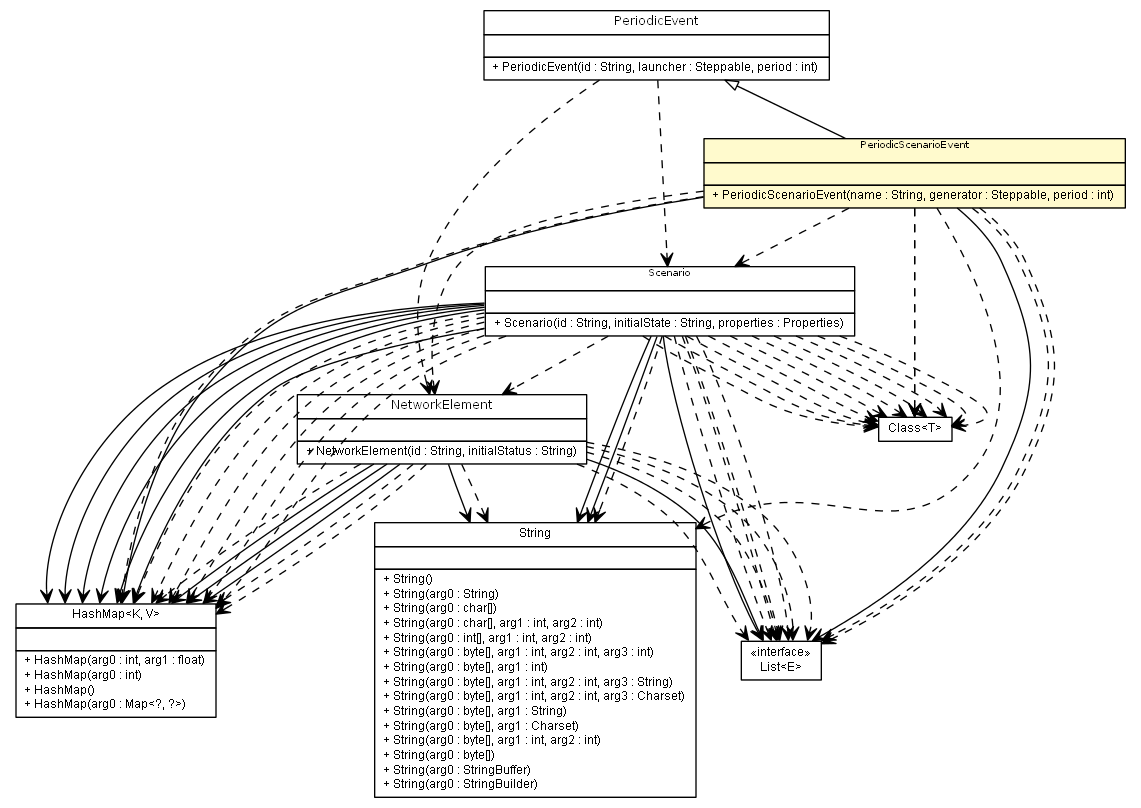
The Graphviz diagram apidocs/es/upm/dit/gsi/shanks/model/event/scenario/PeriodicScenarioEvent.png in gsi-upm/Shanks, before a commit. Its source is kept beside it as apidocs/es/upm/dit/gsi/shanks/model/event/scenario/PeriodicScenarioEvent.dot.
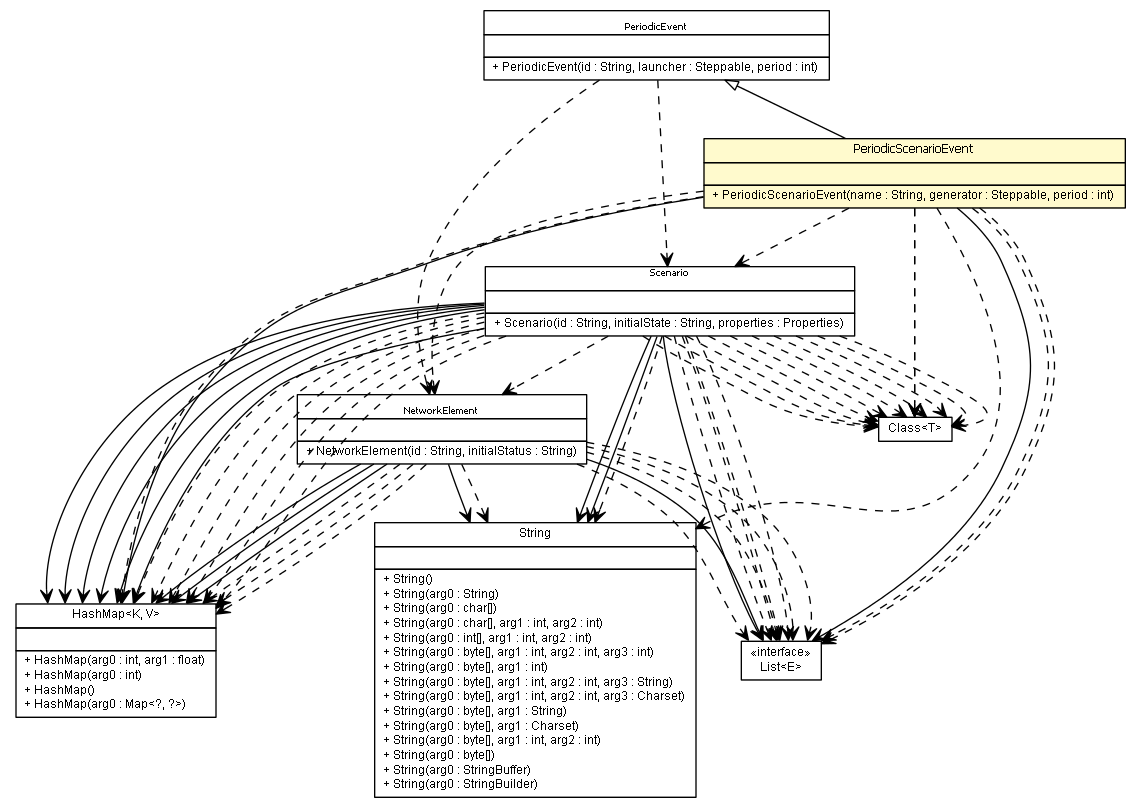
The same file after the commit.

What changed in the source:
```diff
@@ -66,45 +66,45 @@
 	c6286:p -> c6313:p [taillabel="", label="", headlabel="", fontname="arial", fontcolor="black", fontsize=10.0, color="black", arrowhead=open];
 	c6286:p -> c6313:p [taillabel="", label="", headlabel="", fontname="arial", fontcolor="black", fontsize=10.0, color="black", arrowhead=open];
 	c6269:p -> c6314:p [taillabel="", label="", headlabel="", fontname="arial", fontcolor="black", fontsize=10.0, color="black", arrowhead=open, style=dashed];
+	c6269:p -> c6314:p [taillabel="", label="", headlabel="", fontname="arial", fontcolor="black", fontsize=10.0, color="black", arrowhead=open, style=dashed];
+	c6269:p -> c6314:p [taillabel="", label="", headlabel="", fontname="arial", fontcolor="black", fontsize=10.0, color="black", arrowhead=open, style=dashed];
 	c6269:p -> c6313:p [taillabel="", label="", headlabel="", fontname="arial", fontcolor="black", fontsize=10.0, color="black", arrowhead=open, style=dashed];
-	c6269:p -> c6314:p [taillabel="", label="", headlabel="", fontname="arial", fontcolor="black", fontsize=10.0, color="black", arrowhead=open, style=dashed];
+	c6269:p -> c6313:p [taillabel="", label="", headlabel="", fontname="arial", fontcolor="black", fontsize=10.0, color="black", arrowhead=open, style=dashed];
 	c6269:p -> c6312:p [taillabel="", label="", headlabel="", fontname="arial", fontcolor="black", fontsize=10.0, color="black", arrowhead=open, style=dashed];
 	c6269:p -> c6313:p [taillabel="", label="", headlabel="", fontname="arial", fontcolor="black", fontsize=10.0, color="black", arrowhead=open, style=dashed];
-	c6269:p -> c6313:p [taillabel="", label="", headlabel="", fontname="arial", fontcolor="black", fontsize=10.0, color="black", arrowhead=open, style=dashed];
-	c6269:p -> c6314:p [taillabel="", label="", headlabel="", fontname="arial", fontcolor="black", fontsize=10.0, color="black", arrowhead=open, style=dashed];
 	c6269:p -> c6314:p [taillabel="", label="", headlabel="", fontname="arial", fontcolor="black", fontsize=10.0, color="black", arrowhead=open, style=dashed];
 	c6272:p -> c6269:p [taillabel="", label="", headlabel="", fontname="arial", fontcolor="black", fontsize=10.0, color="black", arrowhead=open, style=dashed];
 	c6272:p -> c6286:p [taillabel="", label="", headlabel="", fontname="arial", fontcolor="black", fontsize=10.0, color="black", arrowhead=open, style=dashed];
+	c6285:p -> c6312:p [taillabel="", label="", headlabel="", fontname="arial", fontcolor="black", fontsize=10.0, color="black", arrowhead=open, style=dashed];
+	c6285:p -> c6269:p [taillabel="", label="", headlabel="", fontname="arial", fontcolor="black", fontsize=10.0, color="black", arrowhead=open, style=dashed];
+	c6285:p -> c6313:p [taillabel="", label="", headlabel="", fontname="arial", fontcolor="black", fontsize=10.0, color="black", arrowhead=open, style=dashed];
 	c6285:p -> c6315:p [taillabel="", label="", headlabel="", fontname="arial", fontcolor="black", fontsize=10.0, color="black", arrowhead=open, style=dashed];
-	c6285:p -> c6269:p [taillabel="", label="", headlabel="", fontname="arial", fontcolor="black", fontsize=10.0, color="black", arrowhead=open, style=dashed];
 	c6285:p -> c6314:p [taillabel="", label="", headlabel="", fontname="arial", fontcolor="black", fontsize=10.0, color="black", arrowhead=open, style=dashed];
+	c6285:p -> c6314:p [taillabel="", label="", headlabel="", fontname="arial", fontcolor="black", fontsize=10.0, color="black", arrowhead=open, style=dashed];
+	c6285:p -> c6286:p [taillabel="", label="", headlabel="", fontname="arial", fontcolor="black", fontsize=10.0, color="black", arrowhead=open, style=dashed];
 	c6285:p -> c6315:p [taillabel="", label="", headlabel="", fontname="arial", fontcolor="black", fontsize=10.0, color="black", arrowhead=open, style=dashed];
-	c6285:p -> c6312:p [taillabel="", label="", headlabel="", fontname="arial", fontcolor="black", fontsize=10.0, color="black", arrowhead=open, style=dashed];
-	c6285:p -> c6286:p [taillabel="", label="", headlabel="", fontname="arial", fontcolor="black", fontsize=10.0, color="black", arrowhead=open, style=dashed];
-	c6285:p -> c6313:p [taillabel="", label="", headlabel="", fontname="arial", fontcolor="black", fontsize=10.0, color="black", arrowhead=open, style=dashed];
-	c6285:p -> c6314:p [taillabel="", label="", headlabel="", fontname="arial", fontcolor="black", fontsize=10.0, color="black", arrowhead=open, style=dashed];
+	c6286:p -> c6314:p [taillabel="", label="", headlabel="", fontname="arial", fontcolor="black", fontsize=10.0, color="black", arrowhead=open, style=dashed];
+	c6286:p -> c6313:p [taillabel="", label="", headlabel="", fontname="arial", fontcolor="black", fontsize=10.0, color="black", arrowhead=open, style=dashed];
+	c6286:p -> c6312:p [taillabel="", label="", headlabel="", fontname="arial", fontcolor="black", fontsize=10.0, color="black", arrowhead=open, style=dashed];
+	c6286:p -> c6313:p [taillabel="", label="", headlabel="", fontname="arial", fontcolor="black", fontsize=10.0, color="black", arrowhead=open, style=dashed];
 	c6286:p -> c6315:p [taillabel="", label="", headlabel="", fontname="arial", fontcolor="black", fontsize=10.0, color="black", arrowhead=open, style=dashed];
+	c6286:p -> c6313:p [taillabel="", label="", headlabel="", fontname="arial", fontcolor="black", fontsize=10.0, color="black", arrowhead=open, style=dashed];
 	c6286:p -> c6315:p [taillabel="", label="", headlabel="", fontname="arial", fontcolor="black", fontsize=10.0, color="black", arrowhead=open, style=dashed];
 	c6286:p -> c6314:p [taillabel="", label="", headlabel="", fontname="arial", fontcolor="black", fontsize=10.0, color="black", arrowhead=open, style=dashed];
 	c6286:p -> c6315:p [taillabel="", label="", headlabel="", fontname="arial", fontcolor="black", fontsize=10.0, color="black", arrowhead=open, style=dashed];
 	c6286:p -> c6315:p [taillabel="", label="", headlabel="", fontname="arial", fontcolor="black", fontsize=10.0, color="black", arrowhead=open, style=dashed];
 	c6286:p -> c6313:p [taillabel="", label="", headlabel="", fontname="arial", fontcolor="black", fontsize=10.0, color="black", arrowhead=open, style=dashed];
-	c6286:p -> c6269:p [taillabel="", label="", headlabel="", fontname="arial", fontcolor="black", fontsize=10.0, color="black", arrowhead=open, style=dashed];
-	c6286:p -> c6313:p [taillabel="", label="", headlabel="", fontname="arial", fontcolor="black", fontsize=10.0, color="black", arrowhead=open, style=dashed];
-	c6286:p -> c6312:p [taillabel="", label="", headlabel="", fontname="arial", fontcolor="black", fontsize=10.0, color="black", arrowhead=open, style=dashed];
 	c6286:p -> c6315:p [taillabel="", label="", headlabel="", fontname="arial", fontcolor="black", fontsize=10.0, color="black", arrowhead=open, style=dashed];
 	c6286:p -> c6315:p [taillabel="", label="", headlabel="", fontname="arial", fontcolor="black", fontsize=10.0, color="black", arrowhead=open, style=dashed];
 	c6286:p -> c6313:p [taillabel="", label="", headlabel="", fontname="arial", fontcolor="black", fontsize=10.0, color="black", arrowhead=open, style=dashed];
-	c6286:p -> c6313:p [taillabel="", label="", headlabel="", fontname="arial", fontcolor="black", fontsize=10.0, color="black", arrowhead=open, style=dashed];
+	c6286:p -> c6315:p [taillabel="", label="", headlabel="", fontname="arial", fontcolor="black", fontsize=10.0, color="black", arrowhead=open, style=dashed];
+	c6286:p -> c6315:p [taillabel="", label="", headlabel="", fontname="arial", fontcolor="black", fontsize=10.0, color="black", arrowhead=open, style=dashed];
+	c6286:p -> c6315:p [taillabel="", label="", headlabel="", fontname="arial", fontcolor="black", fontsize=10.0, color="black", arrowhead=open, style=dashed];
 	c6286:p -> c6314:p [taillabel="", label="", headlabel="", fontname="arial", fontcolor="black", fontsize=10.0, color="black", arrowhead=open, style=dashed];
-	c6286:p -> c6315:p [taillabel="", label="", headlabel="", fontname="arial", fontcolor="black", fontsize=10.0, color="black", arrowhead=open, style=dashed];
+	c6286:p -> c6269:p [taillabel="", label="", headlabel="", fontname="arial", fontcolor="black", fontsize=10.0, color="black", arrowhead=open, style=dashed];
 	c6286:p -> c6315:p [taillabel="", label="", headlabel="", fontname="arial", fontcolor="black", fontsize=10.0, color="black", arrowhead=open, style=dashed];
 	c6286:p -> c6313:p [taillabel="", label="", headlabel="", fontname="arial", fontcolor="black", fontsize=10.0, color="black", arrowhead=open, style=dashed];
 	c6286:p -> c6314:p [taillabel="", label="", headlabel="", fontname="arial", fontcolor="black", fontsize=10.0, color="black", arrowhead=open, style=dashed];
-	c6286:p -> c6315:p [taillabel="", label="", headlabel="", fontname="arial", fontcolor="black", fontsize=10.0, color="black", arrowhead=open, style=dashed];
-	c6286:p -> c6315:p [taillabel="", label="", headlabel="", fontname="arial", fontcolor="black", fontsize=10.0, color="black", arrowhead=open, style=dashed];
-	c6286:p -> c6314:p [taillabel="", label="", headlabel="", fontname="arial", fontcolor="black", fontsize=10.0, color="black", arrowhead=open, style=dashed];
-	c6286:p -> c6313:p [taillabel="", label="", headlabel="", fontname="arial", fontcolor="black", fontsize=10.0, color="black", arrowhead=open, style=dashed];
 	c6315 [label=<<table title="java.lang.Class" border="0" cellborder="1" cellspacing="0" cellpadding="2" port="p" href="http://java.sun.com/j2se/1.4.2/docs/api/java/lang/Class.html">
 		<tr><td><table border="0" cellspacing="0" cellpadding="1">
 <tr><td align="center" balign="center"> Class&lt;T&gt; </td></tr>
```
